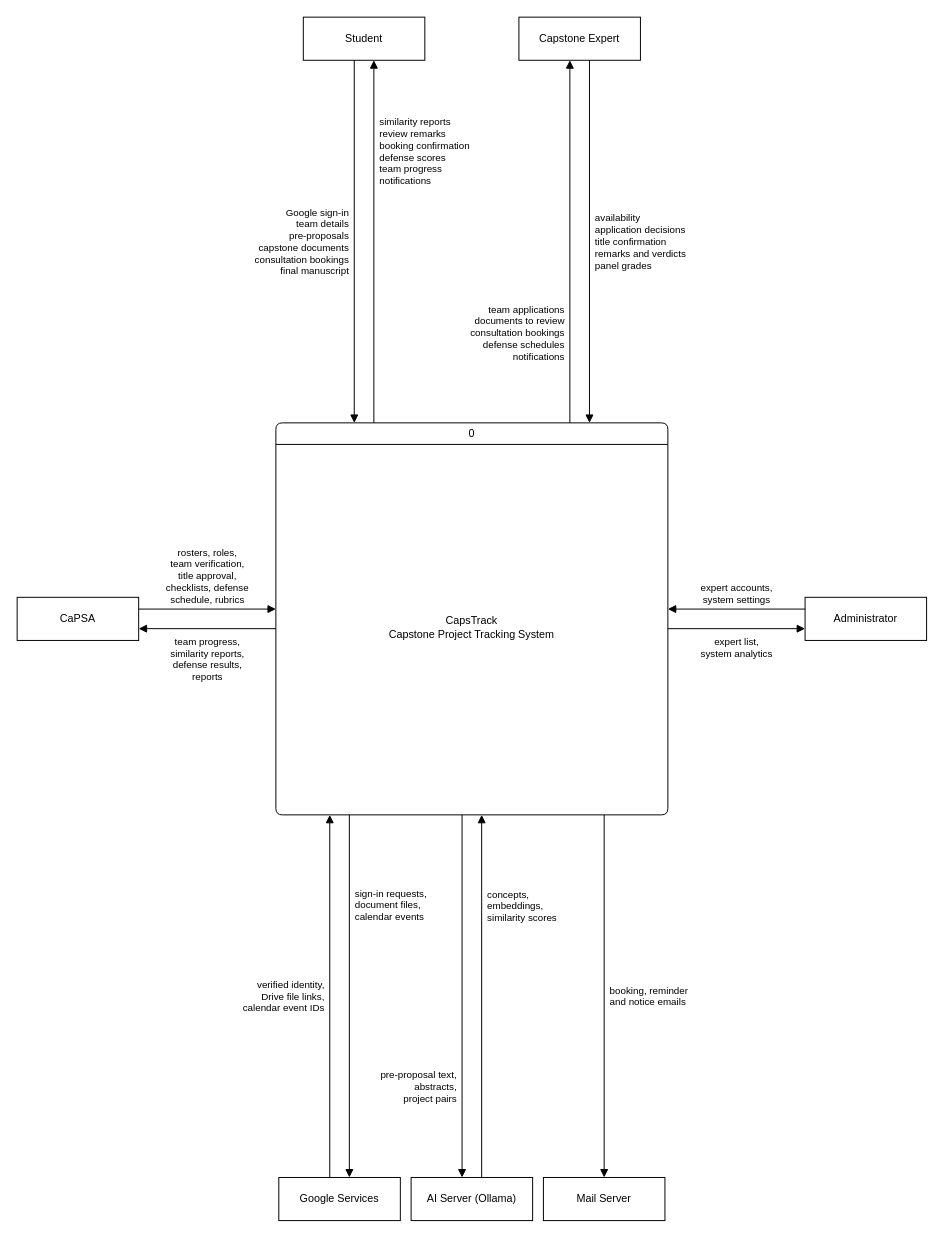
This is page "Context Diagram" (1 of 15) of docs/diagrams/capstrack-diagrams-all.drawio from M21thony/capstrack, a draw.io file, before an edit. Source tidied: cells renumbered, new cells numbered last; positions are measured from the earlier drawing's top-left corner, leaving out a move shared by most shapes. Both pictures are drawn from the tidied source at 98%, with x=0, y=0 at pixel (17, 17).
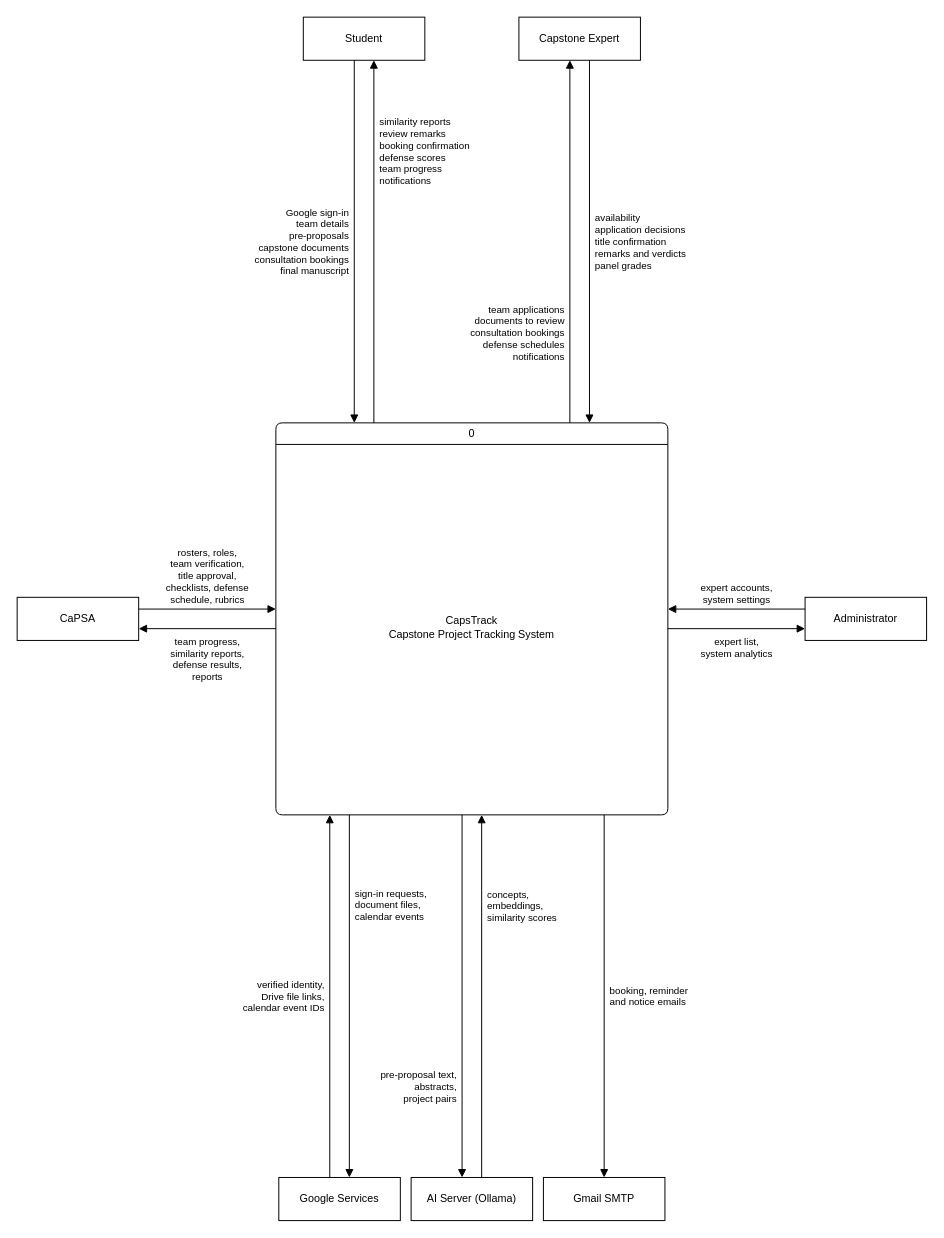
Above is the later version.

Commit message (it also covers changes not shown here):
Diagrams: name the mail server Gmail SMTP

Diff of the diagram source:
```diff
@@
-    <mxCell id="16" value="Mail Server" style="rounded=0;whiteSpace=wrap;html=1;fillColor=#ffffff;fontSize=11;strokeColor=#000000;fontFamily=Helvetica;fontColor=#000000;" parent="1" vertex="1">
+    <mxCell id="16" value="Gmail SMTP" style="rounded=0;whiteSpace=wrap;html=1;fillColor=#ffffff;fontSize=11;strokeColor=#000000;fontFamily=Helvetica;fontColor=#000000;" parent="1" vertex="1">
       <mxGeometry x="537" y="1184" width="124" height="44" as="geometry" />
     </mxCell>
```
